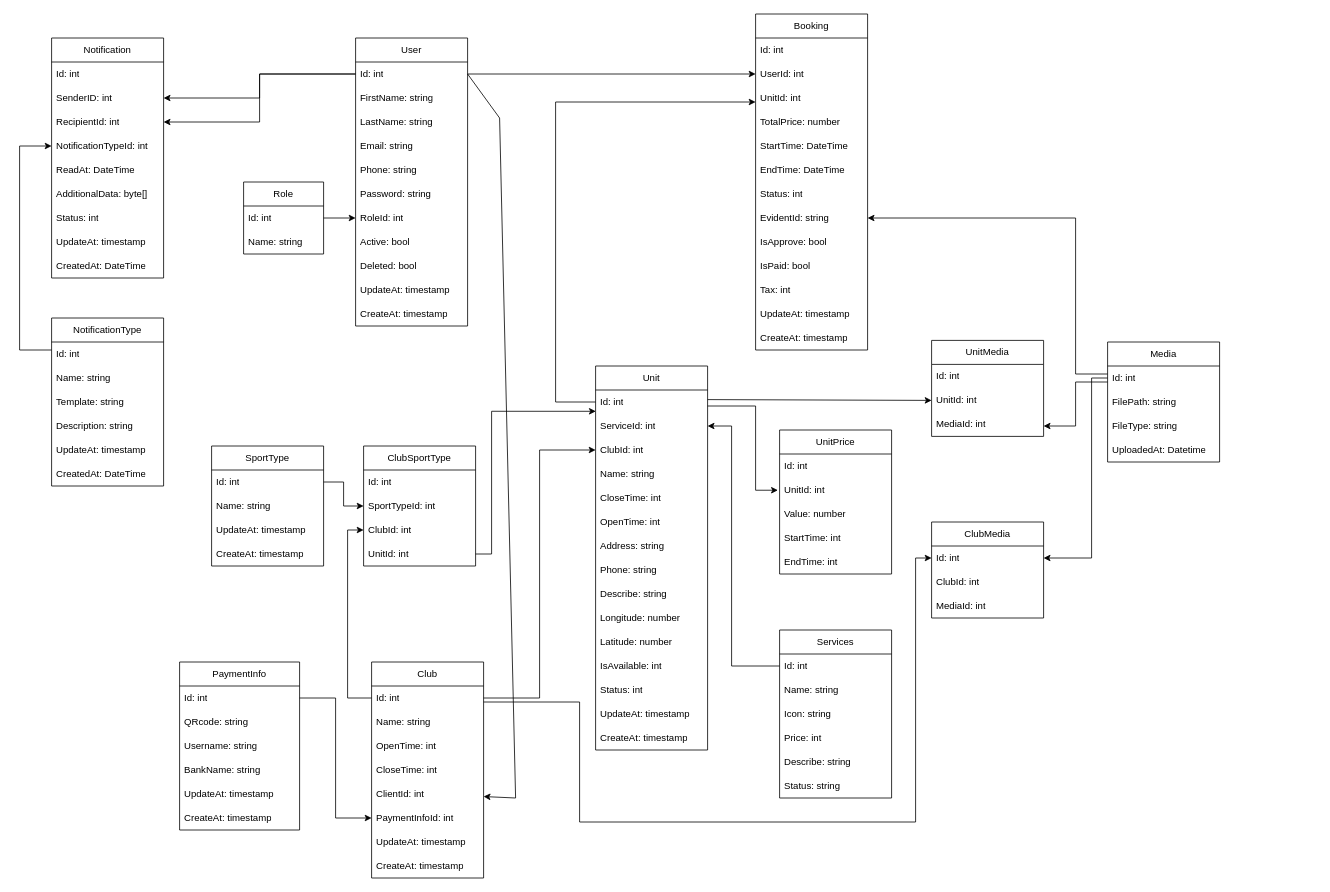
This is page "UML" (2 of 2) of docs/SportsFieldBooking.drawio from LoanTTM232/LoanTTM232, a draw.io file, before an edit. Source tidied: cells renumbered, new cells numbered last; positions are measured from the earlier drawing's top-left corner, leaving out a move shared by most shapes. Both pictures are drawn from the tidied source at 80%, with x=0, y=0 at pixel (19, 14).
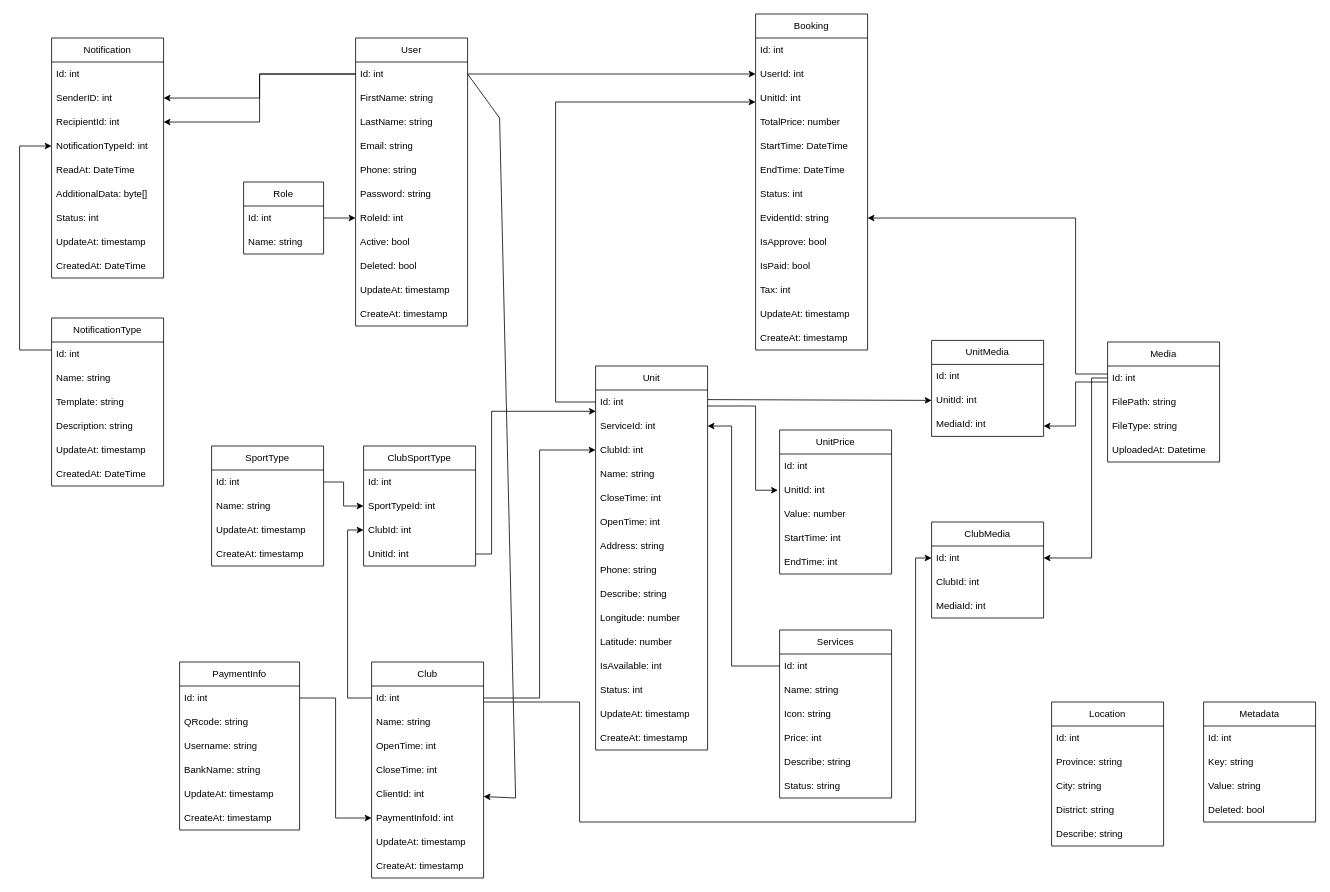
After the change.

Commit message:
[ST001] - Update UML diagrams for database

Diff of the diagram source:
```diff
@@
+    <mxCell id="135" value="Location" style="swimlane;fontStyle=0;horizontal=1;startSize=30;whiteSpace=wrap;html=1;" parent="1" vertex="1">
+      <mxGeometry x="1290" y="860" width="140" height="180" as="geometry" />
+    </mxCell>
+    <mxCell id="136" value="Id: int" style="text;strokeColor=none;fillColor=none;align=left;verticalAlign=middle;spacingLeft=4;spacingRight=4;overflow=hidden;whiteSpace=wrap;html=1;" parent="135" vertex="1">
+      <mxGeometry y="30" width="140" height="30" as="geometry" />
+    </mxCell>
+    <mxCell id="137" value="Province: string" style="text;strokeColor=none;fillColor=none;align=left;verticalAlign=middle;spacingLeft=4;spacingRight=4;overflow=hidden;whiteSpace=wrap;html=1;" parent="135" vertex="1">
+      <mxGeometry y="60" width="140" height="30" as="geometry" />
+    </mxCell>
+    <mxCell id="138" value="City: string" style="text;strokeColor=none;fillColor=none;align=left;verticalAlign=middle;spacingLeft=4;spacingRight=4;overflow=hidden;whiteSpace=wrap;html=1;" parent="135" vertex="1">
+      <mxGeometry y="90" width="140" height="30" as="geometry" />
+    </mxCell>
+    <mxCell id="139" value="&lt;span&gt;&lt;/span&gt;&lt;span&gt;&lt;/span&gt;&lt;span style=&quot;white-space-collapse: preserve;&quot;&gt;District: string&lt;/span&gt;" style="text;strokeColor=none;fillColor=none;align=left;verticalAlign=middle;spacingLeft=4;spacingRight=4;overflow=hidden;whiteSpace=wrap;html=1;" parent="135" vertex="1">
+      <mxGeometry y="120" width="140" height="30" as="geometry" />
+    </mxCell>
+    <mxCell id="140" value="Describe: string" style="text;strokeColor=none;fillColor=none;align=left;verticalAlign=middle;spacingLeft=4;spacingRight=4;overflow=hidden;whiteSpace=wrap;html=1;" parent="135" vertex="1">
+      <mxGeometry y="150" width="140" height="30" as="geometry" />
+    </mxCell>
+    <mxCell id="141" value="Metadata" style="swimlane;fontStyle=0;horizontal=1;startSize=30;whiteSpace=wrap;html=1;" parent="1" vertex="1">
+      <mxGeometry x="1480" y="860" width="140" height="150" as="geometry" />
+    </mxCell>
+    <mxCell id="142" value="Id: int" style="text;strokeColor=none;fillColor=none;align=left;verticalAlign=middle;spacingLeft=4;spacingRight=4;overflow=hidden;whiteSpace=wrap;html=1;" parent="141" vertex="1">
+      <mxGeometry y="30" width="140" height="30" as="geometry" />
+    </mxCell>
+    <mxCell id="143" value="Key: string" style="text;strokeColor=none;fillColor=none;align=left;verticalAlign=middle;spacingLeft=4;spacingRight=4;overflow=hidden;whiteSpace=wrap;html=1;" parent="141" vertex="1">
+      <mxGeometry y="60" width="140" height="30" as="geometry" />
+    </mxCell>
+    <mxCell id="144" value="Value: string" style="text;strokeColor=none;fillColor=none;align=left;verticalAlign=middle;spacingLeft=4;spacingRight=4;overflow=hidden;whiteSpace=wrap;html=1;" parent="141" vertex="1">
+      <mxGeometry y="90" width="140" height="30" as="geometry" />
+    </mxCell>
+    <mxCell id="145" value="&lt;span&gt;&lt;/span&gt;&lt;span&gt;&lt;/span&gt;&lt;span style=&quot;white-space-collapse: preserve;&quot;&gt;Deleted: bool&lt;/span&gt;" style="text;strokeColor=none;fillColor=none;align=left;verticalAlign=middle;spacingLeft=4;spacingRight=4;overflow=hidden;whiteSpace=wrap;html=1;" parent="141" vertex="1">
+      <mxGeometry y="120" width="140" height="30" as="geometry" />
+    </mxCell>
```
